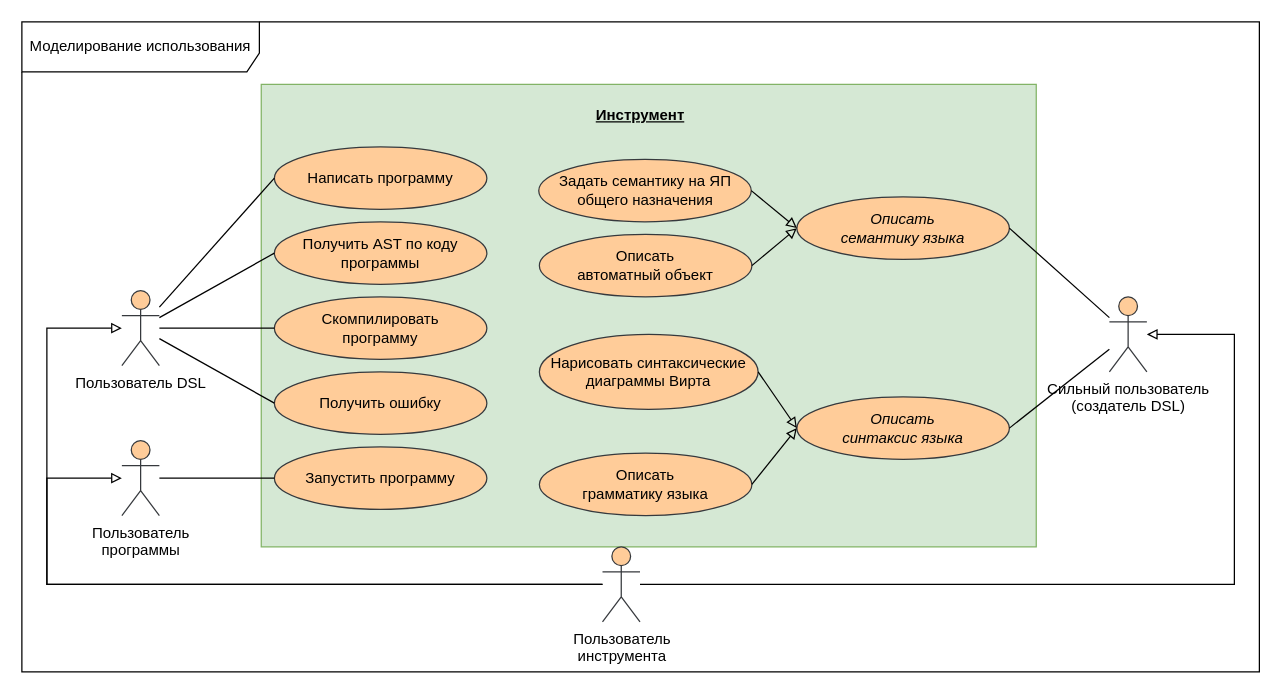
The draw.io diagram _docs/raw_diagrams/functional_requirements.drawio in aVorotnikov/dsl_generator, before the edit. Source tidied: cells renumbered, new cells numbered last; positions are measured from the earlier drawing's top-left corner, leaving out a move shared by most shapes. Both pictures are drawn from the tidied source at 125%, with x=0, y=0 at pixel (21, 21).
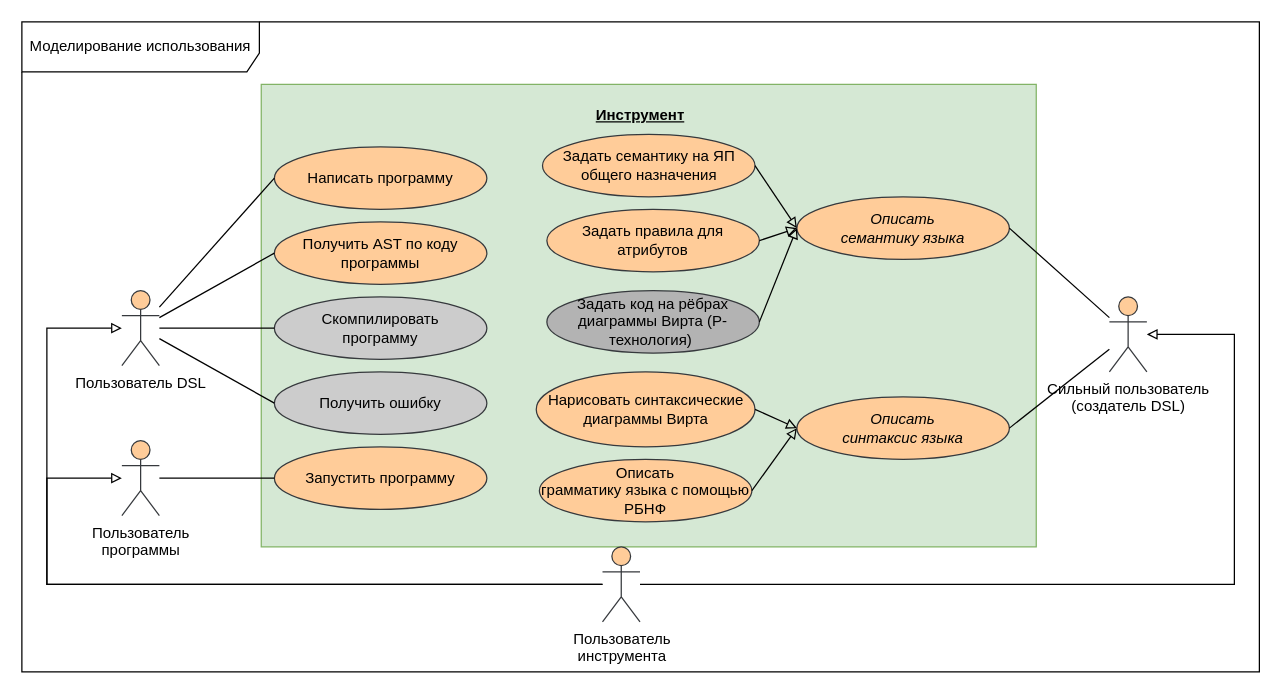
After the change.

Commit message:
Fix functional requirements

The change refers to these unchanged cells:
```xml
<mxCell id="11" value="&lt;i style=&quot;&quot;&gt;Описать&lt;br&gt;семантику языка&lt;/i&gt;" style="ellipse;whiteSpace=wrap;html=1;fillColor=#ffcc99;strokeColor=#36393d;" parent="1" vertex="1">
  <mxGeometry x="620" y="140" width="170" height="50" as="geometry" />
</mxCell>
```

Change to the diagram source:
```diff
@@
-    <mxCell id="9" value="Скомпилировать&lt;br&gt;программу" style="ellipse;whiteSpace=wrap;html=1;fillColor=#ffcc99;strokeColor=#36393d;" parent="1" vertex="1">
+    <mxCell id="9" value="Скомпилировать&lt;br&gt;программу" style="ellipse;whiteSpace=wrap;html=1;fillColor=#CCCCCC;strokeColor=#36393d;" parent="1" vertex="1">
       <mxGeometry x="202" y="220" width="170" height="50" as="geometry" />
     </mxCell>
@@
-    <mxCell id="13" value="Описать&lt;br&gt;автоматный объект" style="ellipse;whiteSpace=wrap;html=1;fillColor=#ffcc99;strokeColor=#36393d;" parent="1" vertex="1">
-      <mxGeometry x="414" y="170" width="170" height="50" as="geometry" />
+    <mxCell id="13" value="Задать правила для атрибутов" style="ellipse;whiteSpace=wrap;html=1;fillColor=#ffcc99;strokeColor=#36393d;" parent="1" vertex="1">
+      <mxGeometry x="420" y="150" width="170" height="50" as="geometry" />
     </mxCell>
-    <mxCell id="14" value="Описать&lt;br&gt;грамматику языка" style="ellipse;whiteSpace=wrap;html=1;fillColor=#ffcc99;strokeColor=#36393d;" parent="1" vertex="1">
-      <mxGeometry x="414" y="345" width="170" height="50" as="geometry" />
+    <mxCell id="14" value="Описать&lt;br&gt;грамматику языка с помощью РБНФ" style="ellipse;whiteSpace=wrap;html=1;fillColor=#ffcc99;strokeColor=#36393d;" parent="1" vertex="1">
+      <mxGeometry x="414" y="350" width="170" height="50" as="geometry" />
     </mxCell>
@@
     <mxCell id="26" value="Нарисовать синтаксические диаграммы Вирта" style="ellipse;whiteSpace=wrap;html=1;fillColor=#ffcc99;strokeColor=#36393d;" parent="1" vertex="1">
-      <mxGeometry x="414" y="250" width="175" height="60" as="geometry" />
+      <mxGeometry x="411.5" y="280" width="175" height="60" as="geometry" />
     </mxCell>
@@
     <mxCell id="29" value="Задать семантику на ЯП общего назначения" style="ellipse;whiteSpace=wrap;html=1;fillColor=#ffcc99;strokeColor=#36393d;" parent="1" vertex="1">
-      <mxGeometry x="413.5" y="110" width="170" height="50" as="geometry" />
+      <mxGeometry x="416.5" y="90" width="170" height="50" as="geometry" />
     </mxCell>
@@
-    <mxCell id="32" value="Получить ошибку" style="ellipse;whiteSpace=wrap;html=1;fillColor=#ffcc99;strokeColor=#36393d;" parent="1" vertex="1">
+    <mxCell id="32" value="Получить ошибку" style="ellipse;whiteSpace=wrap;html=1;fillColor=#CCCCCC;strokeColor=#36393d;" parent="1" vertex="1">
       <mxGeometry x="202" y="280" width="170" height="50" as="geometry" />
     </mxCell>
@@
+    <mxCell id="34" value="Задать код на рёбрах диаграммы Вирта (Р-технология)&amp;nbsp;" style="ellipse;whiteSpace=wrap;html=1;fillColor=#B3B3B3;strokeColor=#36393d;" parent="1" vertex="1">
+      <mxGeometry x="420" y="215" width="170" height="50" as="geometry" />
+    </mxCell>
+    <mxCell id="35" style="endArrow=block;html=1;rounded=0;endFill=0;exitX=1;exitY=0.5;exitDx=0;exitDy=0;entryX=0;entryY=0.5;entryDx=0;entryDy=0;" parent="1" edge="1" source="34" target="11">
+      <mxGeometry relative="1" as="geometry" />
+    </mxCell>
```
